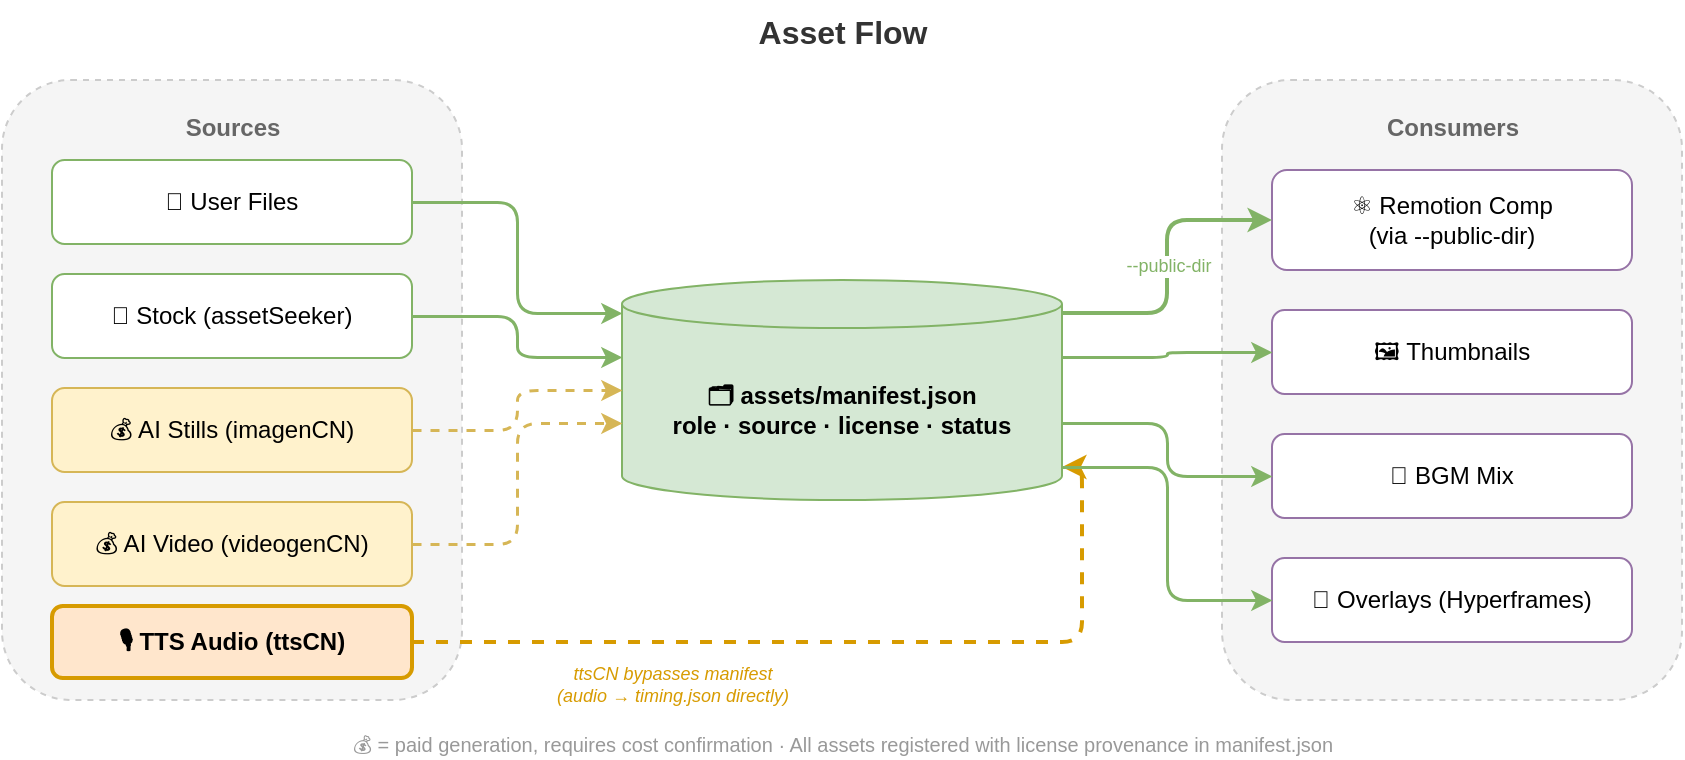
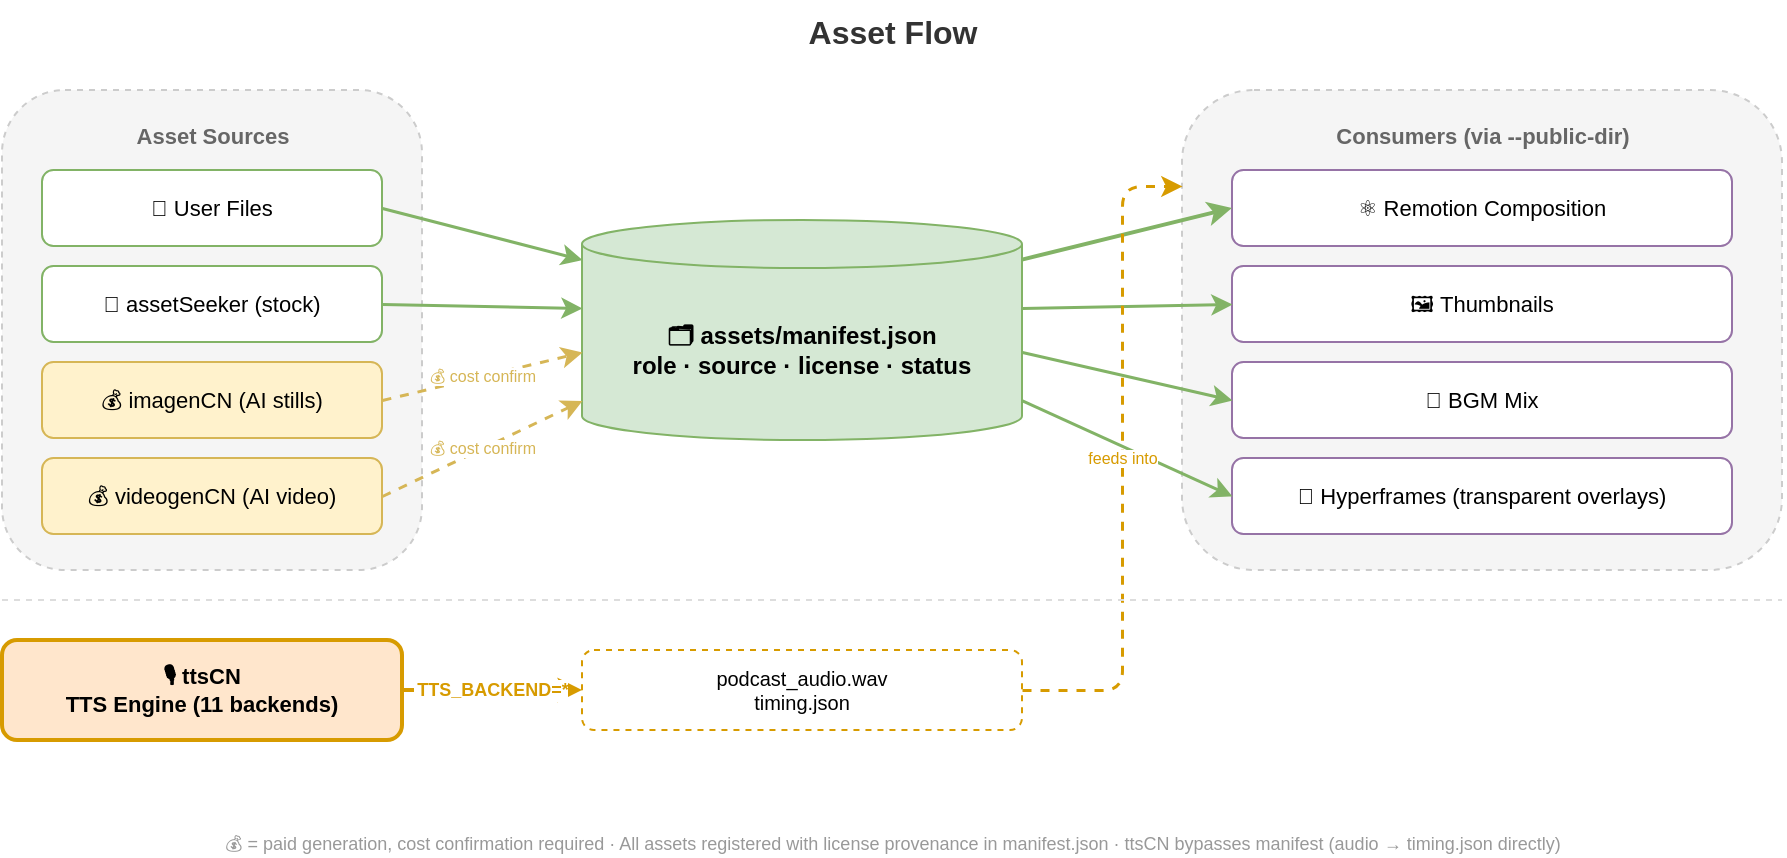
<?xml version="1.0" encoding="UTF-8"?>
<mxfile host="drawio" version="30.2.6">
  <diagram name="flow">
-     <mxGraphModel dx="900" dy="400" grid="1" gridSize="10" page="1" pageWidth="900" pageHeight="400">
+     <mxGraphModel dx="950" dy="450" grid="1" gridSize="10" page="1" pageWidth="950" pageHeight="480">
      <root>
        <mxCell id="0" />
        <mxCell id="1" parent="0" />

        <!-- Title -->
        <mxCell id="title" value="Asset Flow" style="text;html=1;align=center;fontSize=16;fontStyle=1;fontColor=#333333;" vertex="1" parent="1">
-           <mxGeometry x="300" y="15" width="300" height="30" as="geometry" />
+           <mxGeometry x="350" y="10" width="250" height="30" as="geometry" />
        </mxCell>

-         <!-- Column 1: Sources -->
+         <!-- ===== Column 1: Sources ===== -->
        <mxCell id="sources_bg" value="" style="rounded=1;whiteSpace=wrap;html=1;fillColor=#f5f5f5;strokeColor=#cccccc;dashed=1;" vertex="1" parent="1">
-           <mxGeometry x="30" y="55" width="230" height="310" as="geometry" />
+           <mxGeometry x="30" y="55" width="210" height="240" as="geometry" />
        </mxCell>
-         <mxCell id="src_label" value="Sources" style="text;html=1;align=center;fontSize=12;fontStyle=1;fontColor=#666666;" vertex="1" parent="1">
-           <mxGeometry x="80" y="65" width="130" height="20" as="geometry" />
+         <mxCell id="src_label" value="Asset Sources" style="text;html=1;align=center;fontSize=11;fontStyle=1;fontColor=#666666;" vertex="1" parent="1">
+           <mxGeometry x="60" y="65" width="150" height="18" as="geometry" />
        </mxCell>

-         <mxCell id="src_user" value="📁 User Files" style="rounded=1;whiteSpace=wrap;html=1;fillColor=#ffffff;strokeColor=#82b366;fontSize=12;" vertex="1" parent="1">
-           <mxGeometry x="55" y="95" width="180" height="42" as="geometry" />
+         <mxCell id="src_user" value="📁 User Files" style="rounded=1;whiteSpace=wrap;html=1;fillColor=#ffffff;strokeColor=#82b366;fontSize=11;" vertex="1" parent="1">
+           <mxGeometry x="50" y="95" width="170" height="38" as="geometry" />
        </mxCell>
-         <mxCell id="src_seeker" value="🔎 Stock (assetSeeker)" style="rounded=1;whiteSpace=wrap;html=1;fillColor=#ffffff;strokeColor=#82b366;fontSize=12;" vertex="1" parent="1">
-           <mxGeometry x="55" y="152" width="180" height="42" as="geometry" />
+         <mxCell id="src_seeker" value="🔎 assetSeeker (stock)" style="rounded=1;whiteSpace=wrap;html=1;fillColor=#ffffff;strokeColor=#82b366;fontSize=11;" vertex="1" parent="1">
+           <mxGeometry x="50" y="143" width="170" height="38" as="geometry" />
        </mxCell>
-         <mxCell id="src_imagen" value="💰 AI Stills (imagenCN)" style="rounded=1;whiteSpace=wrap;html=1;fillColor=#fff2cc;strokeColor=#d6b656;fontSize=12;" vertex="1" parent="1">
-           <mxGeometry x="55" y="209" width="180" height="42" as="geometry" />
+         <mxCell id="src_imagen" value="💰 imagenCN (AI stills)" style="rounded=1;whiteSpace=wrap;html=1;fillColor=#fff2cc;strokeColor=#d6b656;fontSize=11;" vertex="1" parent="1">
+           <mxGeometry x="50" y="191" width="170" height="38" as="geometry" />
        </mxCell>
-         <mxCell id="src_videogen" value="💰 AI Video (videogenCN)" style="rounded=1;whiteSpace=wrap;html=1;fillColor=#fff2cc;strokeColor=#d6b656;fontSize=12;" vertex="1" parent="1">
-           <mxGeometry x="55" y="266" width="180" height="42" as="geometry" />
-         </mxCell>
-         <mxCell id="src_ttscn" value="🎙️ TTS Audio (ttsCN)" style="rounded=1;whiteSpace=wrap;html=1;fillColor=#ffe6cc;strokeColor=#d79b00;strokeWidth=2;fontSize=12;fontStyle=1;" vertex="1" parent="1">
-           <mxGeometry x="55" y="318" width="180" height="36" as="geometry" />
+         <mxCell id="src_videogen" value="💰 videogenCN (AI video)" style="rounded=1;whiteSpace=wrap;html=1;fillColor=#fff2cc;strokeColor=#d6b656;fontSize=11;" vertex="1" parent="1">
+           <mxGeometry x="50" y="239" width="170" height="38" as="geometry" />
        </mxCell>

-         <!-- Column 2: Manifest -->
+         <!-- ===== Column 2: Manifest ===== -->
        <mxCell id="manifest" value="🗂️ assets/manifest.json&#xa;role · source · license · status" style="shape=cylinder3;whiteSpace=wrap;html=1;fillColor=#d5e8d4;strokeColor=#82b366;boundedLbl=1;fontStyle=1;size=12;" vertex="1" parent="1">
-           <mxGeometry x="340" y="155" width="220" height="110" as="geometry" />
+           <mxGeometry x="320" y="120" width="220" height="110" as="geometry" />
        </mxCell>

-         <!-- Column 3: Consumers -->
+         <!-- ===== Column 3: Consumers ===== -->
        <mxCell id="cons_bg" value="" style="rounded=1;whiteSpace=wrap;html=1;fillColor=#f5f5f5;strokeColor=#cccccc;dashed=1;" vertex="1" parent="1">
-           <mxGeometry x="640" y="55" width="230" height="310" as="geometry" />
+           <mxGeometry x="620" y="55" width="300" height="240" as="geometry" />
        </mxCell>
-         <mxCell id="cons_label" value="Consumers" style="text;html=1;align=center;fontSize=12;fontStyle=1;fontColor=#666666;" vertex="1" parent="1">
-           <mxGeometry x="690" y="65" width="130" height="20" as="geometry" />
+         <mxCell id="cons_label" value="Consumers (via --public-dir)" style="text;html=1;align=center;fontSize=11;fontStyle=1;fontColor=#666666;" vertex="1" parent="1">
+           <mxGeometry x="660" y="65" width="220" height="18" as="geometry" />
        </mxCell>

-         <mxCell id="cons_remotion" value="⚛️ Remotion Comp&#xa;(via --public-dir)" style="rounded=1;whiteSpace=wrap;html=1;fillColor=#ffffff;strokeColor=#9673a6;fontSize=12;" vertex="1" parent="1">
-           <mxGeometry x="665" y="100" width="180" height="50" as="geometry" />
+         <mxCell id="cons_remotion" value="⚛️ Remotion Composition" style="rounded=1;whiteSpace=wrap;html=1;fillColor=#ffffff;strokeColor=#9673a6;fontSize=11;" vertex="1" parent="1">
+           <mxGeometry x="645" y="95" width="250" height="38" as="geometry" />
        </mxCell>
-         <mxCell id="cons_thumb" value="🖼️ Thumbnails" style="rounded=1;whiteSpace=wrap;html=1;fillColor=#ffffff;strokeColor=#9673a6;fontSize=12;" vertex="1" parent="1">
-           <mxGeometry x="665" y="170" width="180" height="42" as="geometry" />
+         <mxCell id="cons_thumb" value="🖼️ Thumbnails" style="rounded=1;whiteSpace=wrap;html=1;fillColor=#ffffff;strokeColor=#9673a6;fontSize=11;" vertex="1" parent="1">
+           <mxGeometry x="645" y="143" width="250" height="38" as="geometry" />
        </mxCell>
-         <mxCell id="cons_bgm" value="🎵 BGM Mix" style="rounded=1;whiteSpace=wrap;html=1;fillColor=#ffffff;strokeColor=#9673a6;fontSize=12;" vertex="1" parent="1">
-           <mxGeometry x="665" y="232" width="180" height="42" as="geometry" />
+         <mxCell id="cons_bgm" value="🎵 BGM Mix" style="rounded=1;whiteSpace=wrap;html=1;fillColor=#ffffff;strokeColor=#9673a6;fontSize=11;" vertex="1" parent="1">
+           <mxGeometry x="645" y="191" width="250" height="38" as="geometry" />
        </mxCell>
-         <mxCell id="cons_overlay" value="🌈 Overlays (Hyperframes)" style="rounded=1;whiteSpace=wrap;html=1;fillColor=#ffffff;strokeColor=#9673a6;fontSize=12;" vertex="1" parent="1">
-           <mxGeometry x="665" y="294" width="180" height="42" as="geometry" />
+         <mxCell id="cons_overlay" value="🌈 Hyperframes (transparent overlays)" style="rounded=1;whiteSpace=wrap;html=1;fillColor=#ffffff;strokeColor=#9673a6;fontSize=11;" vertex="1" parent="1">
+           <mxGeometry x="645" y="239" width="250" height="38" as="geometry" />
        </mxCell>

-         <!-- Arrows: Sources → Manifest (fan-in) -->
-         <mxCell id="a1" style="edgeStyle=orthogonalEdgeStyle;rounded=1;html=1;exitX=1;exitY=0.5;entryX=0;entryY=0.15;strokeWidth=1.5;strokeColor=#82b366;" edge="1" parent="1" source="src_user" target="manifest">
+         <!-- ===== Arrows: Sources → Manifest (fan-in, straight horizontal) ===== -->
+         <mxCell id="a1" style="rounded=1;html=1;exitX=1;exitY=0.5;entryX=0;entryY=0.18;endArrow=classic;strokeWidth=1.5;strokeColor=#82b366;" edge="1" parent="1" source="src_user" target="manifest">
          <mxGeometry relative="1" as="geometry" />
        </mxCell>
-         <mxCell id="a2" style="edgeStyle=orthogonalEdgeStyle;rounded=1;html=1;exitX=1;exitY=0.5;entryX=0;entryY=0.35;strokeWidth=1.5;strokeColor=#82b366;" edge="1" parent="1" source="src_seeker" target="manifest">
+         <mxCell id="a2" style="rounded=1;html=1;exitX=1;exitY=0.5;entryX=0;entryY=0.4;endArrow=classic;strokeWidth=1.5;strokeColor=#82b366;" edge="1" parent="1" source="src_seeker" target="manifest">
          <mxGeometry relative="1" as="geometry" />
        </mxCell>
-         <mxCell id="a3" style="edgeStyle=orthogonalEdgeStyle;rounded=1;html=1;exitX=1;exitY=0.5;entryX=0;entryY=0.5;strokeWidth=1.5;strokeColor=#d6b656;dashed=1;" edge="1" parent="1" source="src_imagen" target="manifest">
+         <mxCell id="a3" value="💰 cost confirm" style="rounded=1;html=1;exitX=1;exitY=0.5;entryX=0;entryY=0.6;endArrow=classic;strokeWidth=1.5;strokeColor=#d6b656;dashed=1;fontColor=#d6b656;labelBackgroundColor=#ffffff;fontSize=8;" edge="1" parent="1" source="src_imagen" target="manifest">
          <mxGeometry relative="1" as="geometry" />
        </mxCell>
-         <mxCell id="a4" style="edgeStyle=orthogonalEdgeStyle;rounded=1;html=1;exitX=1;exitY=0.5;entryX=0;entryY=0.65;strokeWidth=1.5;strokeColor=#d6b656;dashed=1;" edge="1" parent="1" source="src_videogen" target="manifest">
-           <mxGeometry relative="1" as="geometry" />
-         </mxCell>
-         <mxCell id="a5" style="edgeStyle=orthogonalEdgeStyle;rounded=1;html=1;exitX=1;exitY=0.5;entryX=1;entryY=0.85;strokeWidth=2;strokeColor=#d79b00;dashed=1;" edge="1" parent="1" source="src_ttscn" target="manifest">
+         <mxCell id="a4" value="💰 cost confirm" style="rounded=1;html=1;exitX=1;exitY=0.5;entryX=0;entryY=0.82;endArrow=classic;strokeWidth=1.5;strokeColor=#d6b656;dashed=1;fontColor=#d6b656;labelBackgroundColor=#ffffff;fontSize=8;" edge="1" parent="1" source="src_videogen" target="manifest">
          <mxGeometry relative="1" as="geometry" />
        </mxCell>

-         <!-- Arrows: Manifest → Consumers (fan-out) -->
-         <mxCell id="b1" value="--public-dir" style="edgeStyle=orthogonalEdgeStyle;rounded=1;html=1;exitX=1;exitY=0.15;entryX=0;entryY=0.5;strokeWidth=2;strokeColor=#82b366;fontColor=#82b366;labelBackgroundColor=#ffffff;fontSize=9;" edge="1" parent="1" source="manifest" target="cons_remotion">
+         <!-- ===== Arrows: Manifest → Consumers (fan-out, straight horizontal) ===== -->
+         <mxCell id="b1" style="rounded=1;html=1;exitX=1;exitY=0.18;entryX=0;entryY=0.5;endArrow=classic;strokeWidth=2;strokeColor=#82b366;" edge="1" parent="1" source="manifest" target="cons_remotion">
          <mxGeometry relative="1" as="geometry" />
        </mxCell>
-         <mxCell id="b2" style="edgeStyle=orthogonalEdgeStyle;rounded=1;html=1;exitX=1;exitY=0.35;entryX=0;entryY=0.5;strokeWidth=1.5;strokeColor=#82b366;" edge="1" parent="1" source="manifest" target="cons_thumb">
+         <mxCell id="b2" style="rounded=1;html=1;exitX=1;exitY=0.4;entryX=0;entryY=0.5;endArrow=classic;strokeWidth=1.5;strokeColor=#82b366;" edge="1" parent="1" source="manifest" target="cons_thumb">
          <mxGeometry relative="1" as="geometry" />
        </mxCell>
-         <mxCell id="b3" style="edgeStyle=orthogonalEdgeStyle;rounded=1;html=1;exitX=1;exitY=0.65;entryX=0;entryY=0.5;strokeWidth=1.5;strokeColor=#82b366;" edge="1" parent="1" source="manifest" target="cons_bgm">
+         <mxCell id="b3" style="rounded=1;html=1;exitX=1;exitY=0.6;entryX=0;entryY=0.5;endArrow=classic;strokeWidth=1.5;strokeColor=#82b366;" edge="1" parent="1" source="manifest" target="cons_bgm">
          <mxGeometry relative="1" as="geometry" />
        </mxCell>
-         <mxCell id="b4" style="edgeStyle=orthogonalEdgeStyle;rounded=1;html=1;exitX=1;exitY=0.85;entryX=0;entryY=0.5;strokeWidth=1.5;strokeColor=#82b366;" edge="1" parent="1" source="manifest" target="cons_overlay">
+         <mxCell id="b4" style="rounded=1;html=1;exitX=1;exitY=0.82;entryX=0;entryY=0.5;endArrow=classic;strokeWidth=1.5;strokeColor=#82b366;" edge="1" parent="1" source="manifest" target="cons_overlay">
          <mxGeometry relative="1" as="geometry" />
        </mxCell>

-         <!-- TTS bypass note -->
-         <mxCell id="bypass_note" value="ttsCN bypasses manifest&#xa;(audio → timing.json directly)" style="text;html=1;align=center;fontSize=9;fontColor=#d79b00;fontStyle=2;" vertex="1" parent="1">
-           <mxGeometry x="280" y="340" width="170" height="30" as="geometry" />
+         <!-- ===== ttsCN: separate path, bypasses manifest ===== -->
+         <mxCell id="ttscn" value="🎙️ ttsCN&#xa;TTS Engine (11 backends)" style="rounded=1;whiteSpace=wrap;html=1;fillColor=#ffe6cc;strokeColor=#d79b00;strokeWidth=2;fontStyle=1;fontSize=11;" vertex="1" parent="1">
+           <mxGeometry x="30" y="330" width="200" height="50" as="geometry" />
+         </mxCell>
+ 
+         <mxCell id="audio_out" value="podcast_audio.wav&#xa;timing.json" style="rounded=1;whiteSpace=wrap;html=1;fillColor=#ffffff;strokeColor=#d79b00;fontSize=10;dashed=1;" vertex="1" parent="1">
+           <mxGeometry x="320" y="335" width="220" height="40" as="geometry" />
+         </mxCell>
+ 
+         <mxCell id="bypass_arrow1" value="TTS_BACKEND=*" style="rounded=1;html=1;exitX=1;exitY=0.5;entryX=0;entryY=0.5;endArrow=classic;strokeWidth=2;strokeColor=#d79b00;dashed=1;fontColor=#d79b00;labelBackgroundColor=#ffffff;fontSize=9;fontStyle=1;" edge="1" parent="1" source="ttscn" target="audio_out">
+           <mxGeometry relative="1" as="geometry" />
+         </mxCell>
+ 
+         <!-- audio → Remotion (connects to consumer column) -->
+         <mxCell id="bypass_arrow2" value="feeds into" style="rounded=1;html=1;exitX=1;exitY=0.5;entryX=0;entryY=0.2;endArrow=classic;strokeWidth=1.5;strokeColor=#d79b00;dashed=1;fontColor=#d79b00;labelBackgroundColor=#ffffff;fontSize=8;" edge="1" parent="1" source="audio_out" target="cons_bg">
+           <mxGeometry relative="1" as="geometry">
+             <Array as="points">
+               <mxPoint x="590" y="355" />
+               <mxPoint x="590" y="103" />
+             </Array>
+           </mxGeometry>
+         </mxCell>
+ 
+         <!-- Divider line between asset flow and audio path -->
+         <mxCell id="divider" value="" style="endArrow=none;html=1;strokeWidth=1;strokeColor=#dddddd;dashed=1;" edge="1" parent="1">
+           <mxGeometry width="50" height="50" relative="1" as="geometry">
+             <mxPoint x="30" y="310" as="sourcePoint" />
+             <mxPoint x="920" y="310" as="targetPoint" />
+           </mxGeometry>
        </mxCell>

        <!-- Footer -->
-         <mxCell id="footer" value="💰 = paid generation, requires cost confirmation · All assets registered with license provenance in manifest.json" style="text;html=1;align=center;fontSize=10;fontColor=#999999;" vertex="1" parent="1">
-           <mxGeometry x="150" y="375" width="600" height="18" as="geometry" />
+         <mxCell id="footer" value="💰 = paid generation, cost confirmation required · All assets registered with license provenance in manifest.json · ttsCN bypasses manifest (audio → timing.json directly)" style="text;html=1;align=center;fontSize=9;fontColor=#999999;" vertex="1" parent="1">
+           <mxGeometry x="80" y="420" width="790" height="18" as="geometry" />
        </mxCell>
      </root>
    </mxGraphModel>
  </diagram>
</mxfile>
